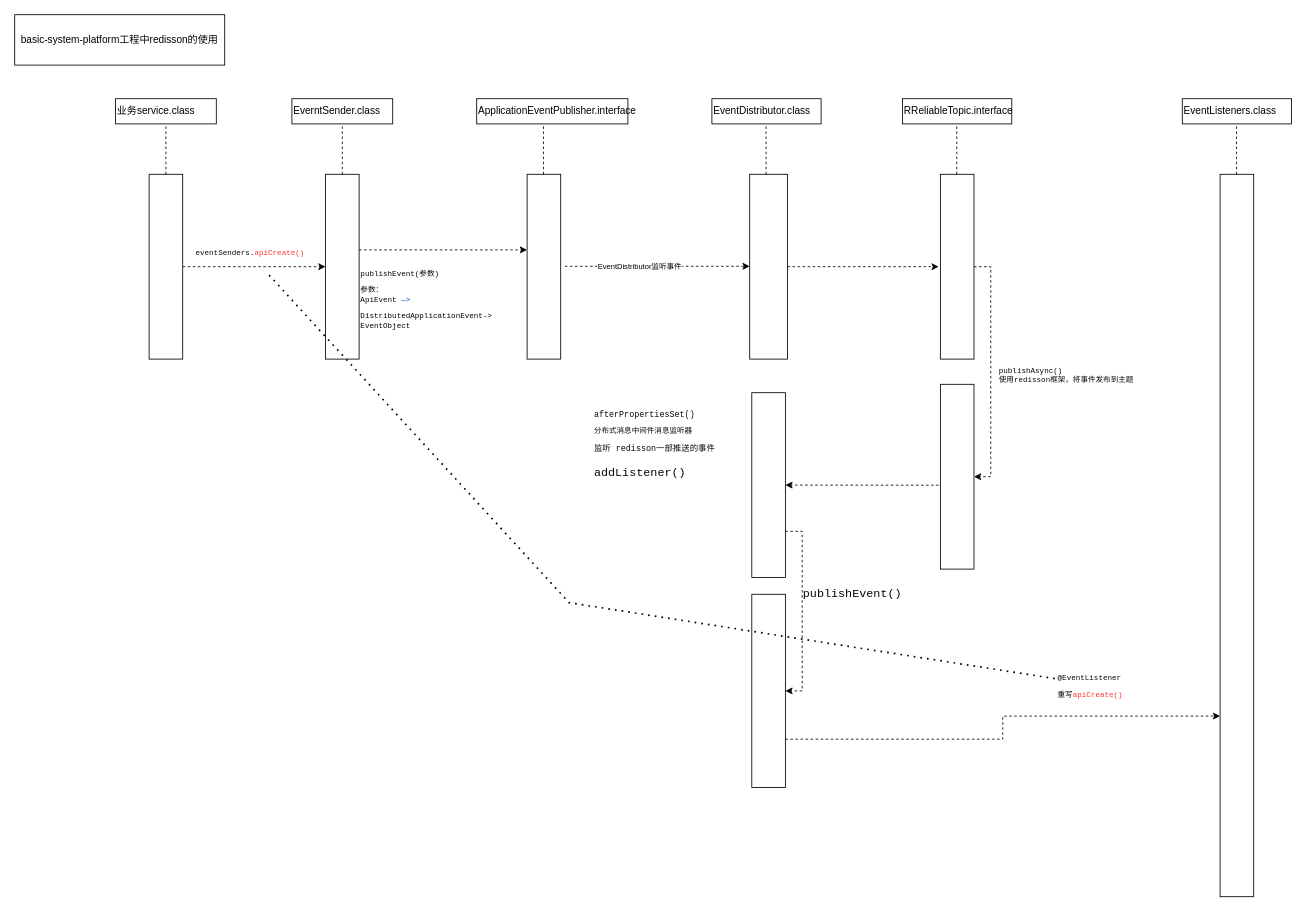
The draw.io diagram sendi/未命名绘图.drawio in Joyouspeng/joyous, before the edit. Source tidied: cells renumbered, new cells numbered last; positions are measured from the earlier drawing's top-left corner, leaving out a move shared by most shapes. Both pictures are drawn from the tidied source at 84%, with x=0, y=0 at pixel (14, 14).
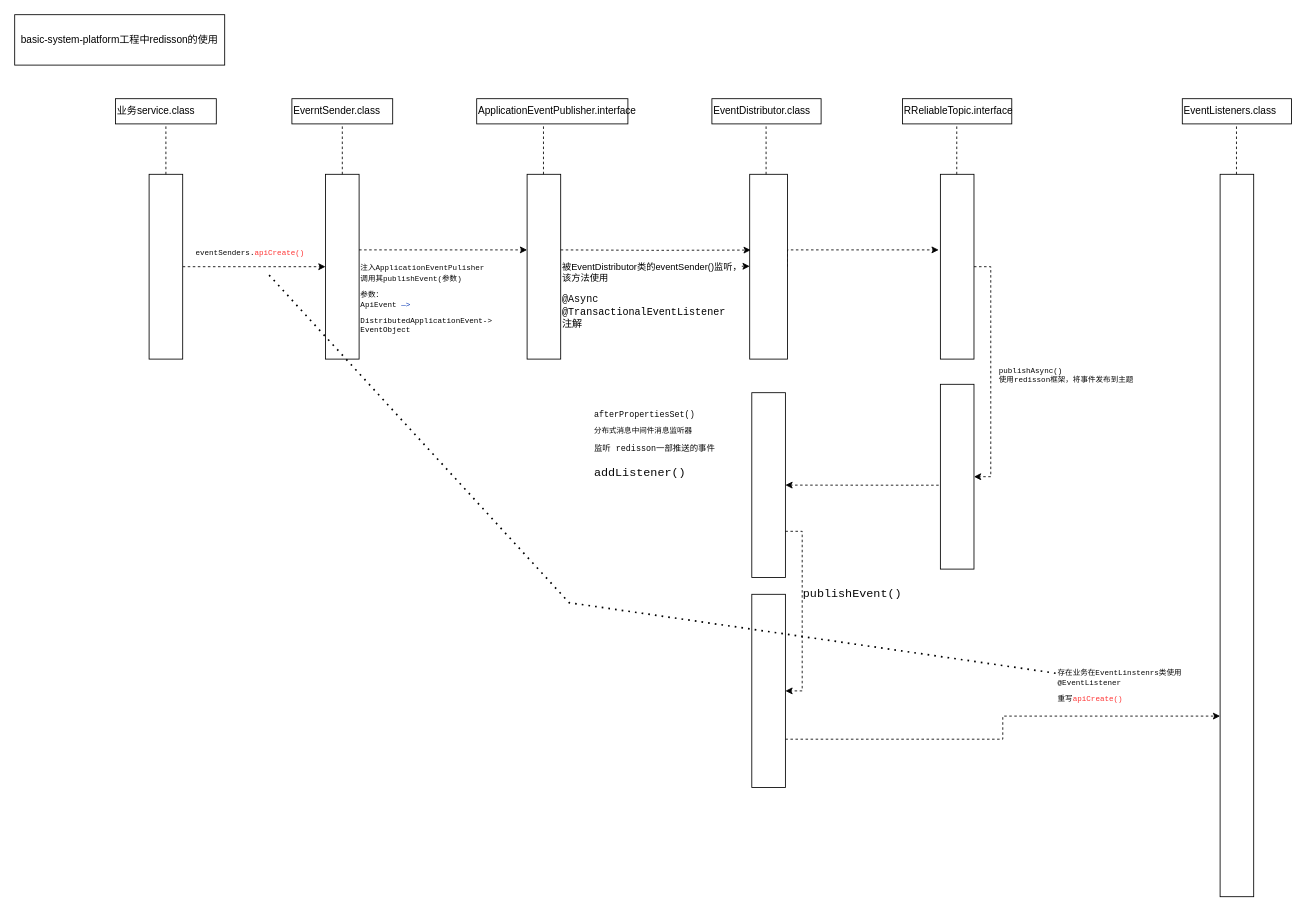
Above is the later version.

Commit message:
监听事件链路.drawio

Unchanged cells that the change refers to:
```xml
<mxCell id="10" style="endArrow=classic;html=1;rounded=0;exitX=1;exitY=0.409;exitDx=0;exitDy=0;exitPerimeter=0;dashed=1;" parent="1" edge="1">
  <mxGeometry relative="1" as="geometry">
    <mxPoint x="655" y="299.5" as="sourcePoint" />
    <mxPoint x="875" y="299.5" as="targetPoint" />
    <Array as="points">
      <mxPoint x="875" y="299.5" />
    </Array>
  </mxGeometry>
</mxCell>
<mxCell id="13" style="rounded=0;whiteSpace=wrap;html=1;" parent="1" vertex="1">
  <mxGeometry x="875" y="190" width="45" height="220" as="geometry" />
</mxCell>
```

What changed in the source:
```diff
@@
-    <mxCell id="11" value="EventDistributor监听事件" style="edgeLabel;html=1;align=center;verticalAlign=middle;fontSize=9;" parent="10" vertex="1">
-      <mxGeometry x="-0.2" relative="1" as="geometry" />
-    </mxCell>
+    <mxCell id="40" value="被EventDistributor类的eventSender()监听，&lt;br&gt;该方法使用&lt;br&gt;&lt;pre style=&quot;font-family: &amp;quot;JetBrains Mono&amp;quot;, monospace; font-size: 9pt;&quot;&gt;&lt;div style=&quot;color: rgb(8, 8, 8);&quot;&gt;&lt;span style=&quot;font-size: 9pt; white-space: nowrap;&quot;&gt;@Async&lt;/span&gt;&lt;/div&gt;@TransactionalEventListener&lt;br/&gt;注解&lt;/pre&gt;" style="edgeLabel;html=1;align=left;verticalAlign=middle;" parent="10" vertex="1">
+      <mxGeometry x="-0.82" y="-3" relative="1" as="geometry">
+        <mxPoint x="-25" y="38" as="offset" />
+      </mxGeometry>
+    </mxCell>
     <mxCell id="12" style="edgeStyle=orthogonalEdgeStyle;rounded=0;jettySize=auto;html=1;exitX=1;exitY=0.5;exitDx=0;exitDy=0;dashed=1;fontSize=9;" parent="1" edge="1" source="13">
       <mxGeometry relative="1" as="geometry">
-        <mxPoint x="1100" y="300" as="targetPoint" />
+        <mxPoint x="1100" y="280" as="targetPoint" />
+        <Array as="points">
+          <mxPoint x="920" y="280" />
+        </Array>
       </mxGeometry>
     </mxCell>
@@
-    <mxCell id="32" value="&lt;pre style=&quot;border-color: var(--border-color); font-family: &amp;quot;JetBrains Mono&amp;quot;, monospace; font-size: 9px;&quot;&gt;&lt;font color=&quot;#080808&quot;&gt;publishEvent(参数)&lt;/font&gt;&lt;font size=&quot;1&quot; color=&quot;#080808&quot;&gt;&lt;br style=&quot;font-size: 9px;&quot;&gt;&lt;/font&gt;&lt;pre style=&quot;background-color: rgb(255, 255, 255); font-family: &amp;quot;JetBrains Mono&amp;quot;, monospace; font-size: 9px;&quot;&gt;&lt;font color=&quot;#080808&quot;&gt;参数：&lt;br/&gt;ApiEvent &lt;/font&gt;&lt;font color=&quot;#0033b3&quot;&gt;—&amp;gt;&lt;/font&gt;&lt;/pre&gt;&lt;pre style=&quot;background-color: rgb(255, 255, 255); font-family: &amp;quot;JetBrains Mono&amp;quot;, monospace; font-size: 9px;&quot;&gt;&lt;span style=&quot;color: rgb(0, 0, 0); font-size: 9px;&quot;&gt;DistributedApplicationEvent-&amp;gt;&lt;br&gt;EventObject&lt;/span&gt;&lt;/pre&gt;&lt;font size=&quot;1&quot; color=&quot;#080808&quot;&gt;&lt;br style=&quot;font-size: 9px;&quot;&gt;&lt;/font&gt;&lt;/pre&gt;" style="text;html=1;align=left;verticalAlign=middle;strokeColor=none;fillColor=none;fontSize=9;" parent="1" vertex="1">
-      <mxGeometry x="410" y="280" width="210" height="140" as="geometry" />
+    <mxCell id="32" value="&lt;pre style=&quot;border-color: var(--border-color); font-family: &amp;quot;JetBrains Mono&amp;quot;, monospace; font-size: 9px;&quot;&gt;&lt;font color=&quot;#080808&quot;&gt;注入ApplicationEventPulisher&lt;br/&gt;调用其publishEvent(参数)&lt;/font&gt;&lt;font size=&quot;1&quot; color=&quot;#080808&quot;&gt;&lt;br style=&quot;font-size: 9px;&quot;&gt;&lt;/font&gt;&lt;pre style=&quot;background-color: rgb(255, 255, 255); font-family: &amp;quot;JetBrains Mono&amp;quot;, monospace; font-size: 9px;&quot;&gt;&lt;font color=&quot;#080808&quot;&gt;参数：&lt;br&gt;ApiEvent &lt;/font&gt;&lt;font color=&quot;#0033b3&quot;&gt;—&amp;gt;&lt;/font&gt;&lt;/pre&gt;&lt;pre style=&quot;background-color: rgb(255, 255, 255); font-family: &amp;quot;JetBrains Mono&amp;quot;, monospace; font-size: 9px;&quot;&gt;&lt;span style=&quot;color: rgb(0, 0, 0); font-size: 9px;&quot;&gt;DistributedApplicationEvent-&amp;gt;&lt;br&gt;EventObject&lt;/span&gt;&lt;/pre&gt;&lt;font size=&quot;1&quot; color=&quot;#080808&quot;&gt;&lt;br style=&quot;font-size: 9px;&quot;&gt;&lt;/font&gt;&lt;/pre&gt;" style="text;html=1;align=left;verticalAlign=middle;strokeColor=none;fillColor=none;fontSize=9;" parent="1" vertex="1">
+      <mxGeometry x="410" y="270" width="210" height="160" as="geometry" />
     </mxCell>
@@
-    <mxCell id="38" value="&lt;pre style=&quot;background-color: rgb(255, 255, 255); font-family: &amp;quot;JetBrains Mono&amp;quot;, monospace; font-size: 9px;&quot;&gt;&lt;font color=&quot;#080808&quot;&gt;@EventListener&lt;/font&gt;&lt;font size=&quot;1&quot; color=&quot;#080808&quot;&gt;&lt;br style=&quot;font-size: 9px;&quot;&gt;&lt;/font&gt;&lt;pre style=&quot;font-family: &amp;quot;JetBrains Mono&amp;quot;, monospace; font-size: 9px;&quot;&gt;&lt;font color=&quot;#080808&quot;&gt;重写&lt;/font&gt;apiCreate()&lt;/pre&gt;&lt;/pre&gt;" style="text;html=1;align=left;verticalAlign=middle;points=[];strokeColor=none;fillColor=none;fontSize=9;fontColor=#FF3333;" parent="1" vertex="1">
-      <mxGeometry x="1240" y="765" width="120" height="70" as="geometry" />
+    <mxCell id="38" value="&lt;pre style=&quot;background-color: rgb(255, 255, 255); font-family: &amp;quot;JetBrains Mono&amp;quot;, monospace; font-size: 9px;&quot;&gt;&lt;font color=&quot;#080808&quot;&gt;存在业务在EventLinstenrs类使用&lt;br/&gt;@EventListener&lt;/font&gt;&lt;font size=&quot;1&quot; color=&quot;#080808&quot;&gt;&lt;br style=&quot;font-size: 9px;&quot;&gt;&lt;/font&gt;&lt;pre style=&quot;font-family: &amp;quot;JetBrains Mono&amp;quot;, monospace; font-size: 9px;&quot;&gt;&lt;font color=&quot;#080808&quot;&gt;重写&lt;/font&gt;apiCreate()&lt;/pre&gt;&lt;/pre&gt;" style="text;html=1;align=left;verticalAlign=middle;points=[];strokeColor=none;fillColor=none;fontSize=9;fontColor=#FF3333;" parent="1" vertex="1">
+      <mxGeometry x="1240" y="760" width="220" height="80" as="geometry" />
     </mxCell>
@@
+    <mxCell id="41" style="edgeStyle=orthogonalEdgeStyle;rounded=0;jettySize=auto;html=1;exitX=1;exitY=0.5;exitDx=0;exitDy=0;dashed=1;fontSize=9;entryX=0.027;entryY=0.41;entryDx=0;entryDy=0;entryPerimeter=0;" parent="1" edge="1" target="13">
+      <mxGeometry relative="1" as="geometry">
+        <mxPoint x="650" y="280" as="sourcePoint" />
+      </mxGeometry>
+    </mxCell>
```
